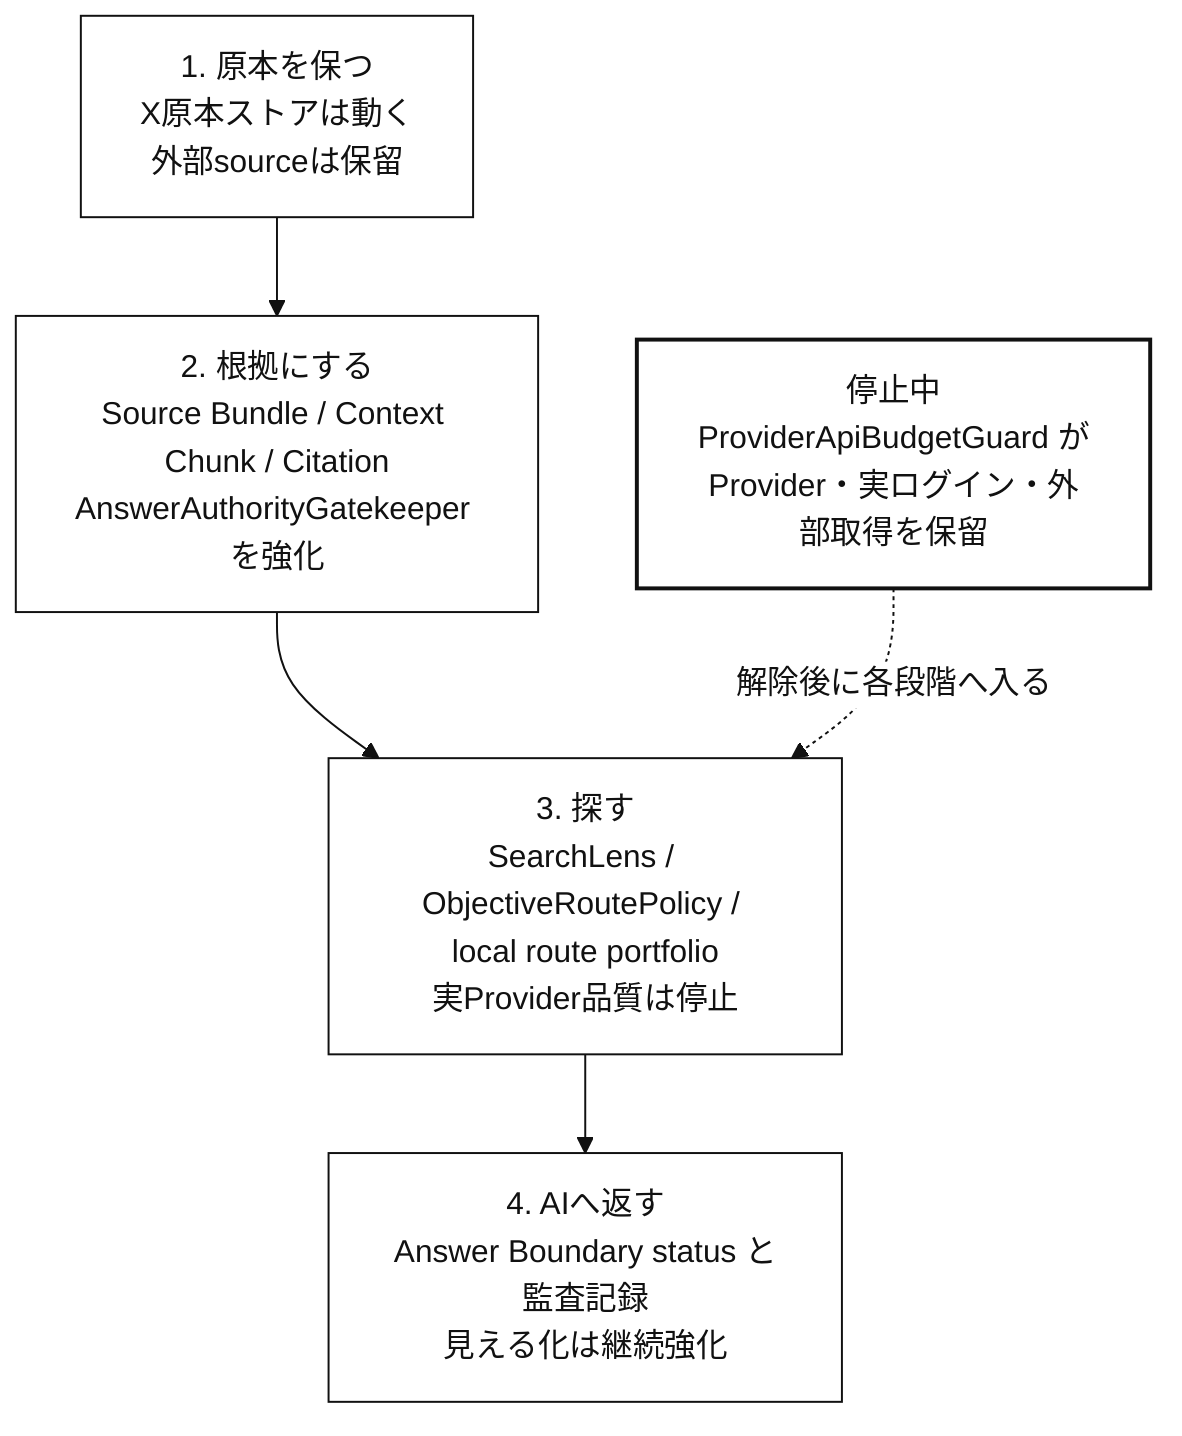
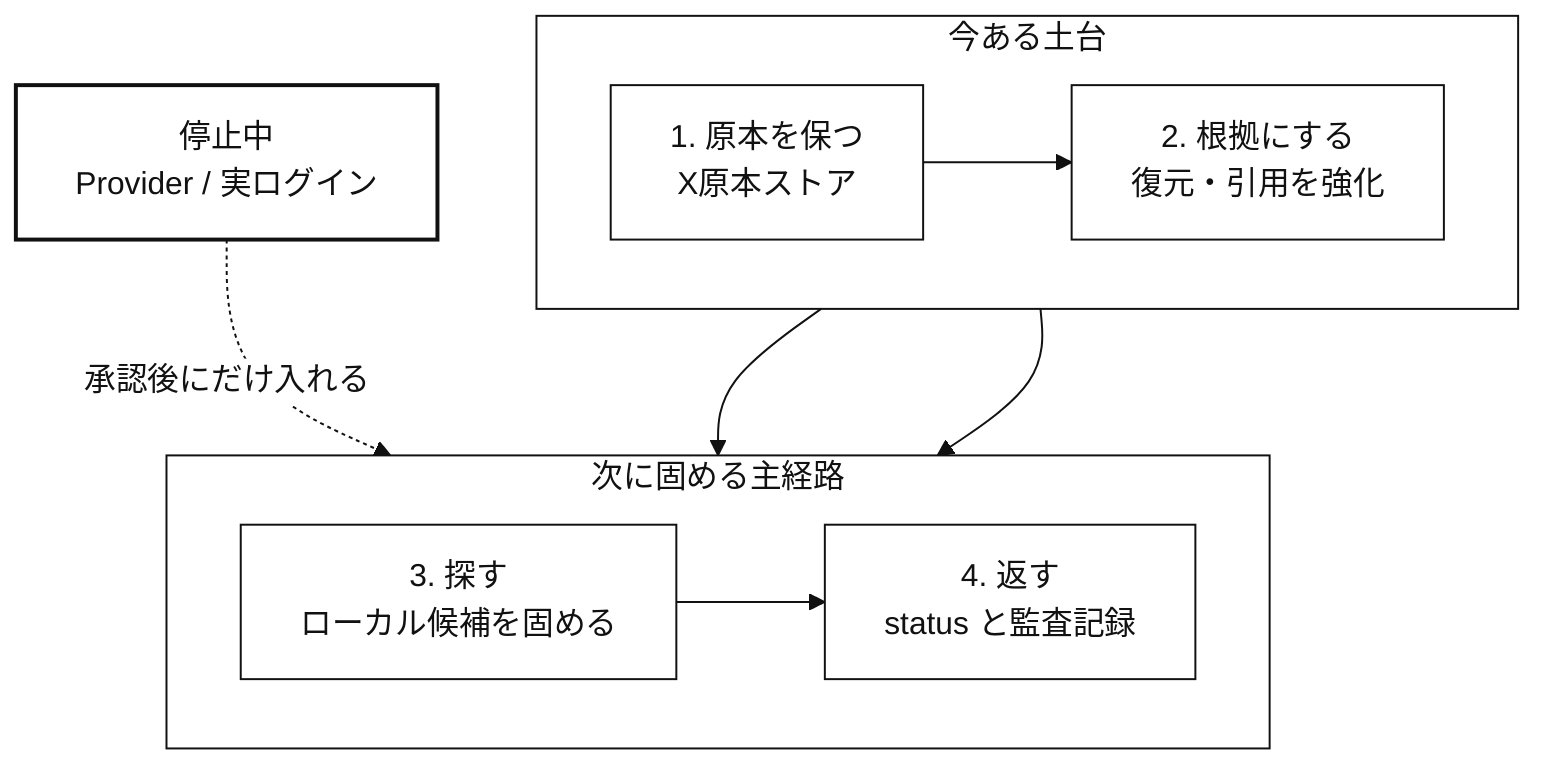
%%{init: {"theme":"base","themeVariables":{"background":"#ffffff","primaryColor":"#ffffff","primaryBorderColor":"#111111","primaryTextColor":"#111111","secondaryColor":"#ffffff","secondaryBorderColor":"#111111","secondaryTextColor":"#111111","tertiaryColor":"#ffffff","tertiaryBorderColor":"#111111","tertiaryTextColor":"#111111","lineColor":"#111111","textColor":"#111111","mainBkg":"#ffffff","secondBkg":"#ffffff","actorBkg":"#ffffff","actorBorder":"#111111","actorTextColor":"#111111","activationBkgColor":"#ffffff","activationBorderColor":"#111111","noteBkgColor":"#ffffff","noteBorderColor":"#111111","labelBoxBkgColor":"#ffffff","labelBoxBorderColor":"#111111","signalColor":"#111111","signalTextColor":"#111111","loopTextColor":"#111111"}}}%%
flowchart TB
-   %% 現状のWBS / ロードマップ図: 主経路のどこが動き、どこが保留かを見る
+   %% 現状のWBS / ロードマップ図: 現在どこが動き、どこが停止中かを見る

-   classDef done fill:#ffffff,stroke:#111111,color:#111111
-   classDef next fill:#ffffff,stroke:#111111,color:#111111
+   classDef main fill:#ffffff,stroke:#111111,color:#111111
  classDef gate fill:#ffffff,stroke:#111111,color:#111111,stroke-width:2px

-   source["1. 原本を保つ<br/>X原本ストアは動く<br/>外部sourceは保留"]:::done
-   evidence["2. 根拠にする<br/>Source Bundle / Context Chunk / Citation<br/>AnswerAuthorityGatekeeper を強化"]:::next
-   search["3. 探す<br/>SearchLens / ObjectiveRoutePolicy / local route portfolio<br/>実Provider品質は停止"]:::next
-   tool["4. AIへ返す<br/>Answer Boundary status と監査記録<br/>見える化は継続強化"]:::done
-   gate["停止中<br/>ProviderApiBudgetGuard がProvider・実ログイン・外部取得を保留"]:::gate
+   source["1. 原本を保つ<br/>X原本ストア"]:::main
+   evidence["2. 根拠にする<br/>復元・引用を強化"]:::main
+   search["3. 探す<br/>ローカル候補を固める"]:::main
+   answer["4. 返す<br/>status と監査記録"]:::main
+   provider["停止中<br/>Provider / 実ログイン"]:::gate

-   source --> evidence --> search --> tool
-   gate -. "解除後に各段階へ入る" .-> search
+   subgraph row1["今ある土台"]
+     direction LR
+     source --> evidence
+   end
+ 
+   subgraph row2["次に固める主経路"]
+     direction LR
+     search --> answer
+   end
+ 
+   source --> search
+   evidence --> search
+   provider -. "承認後にだけ入れる" .-> search
